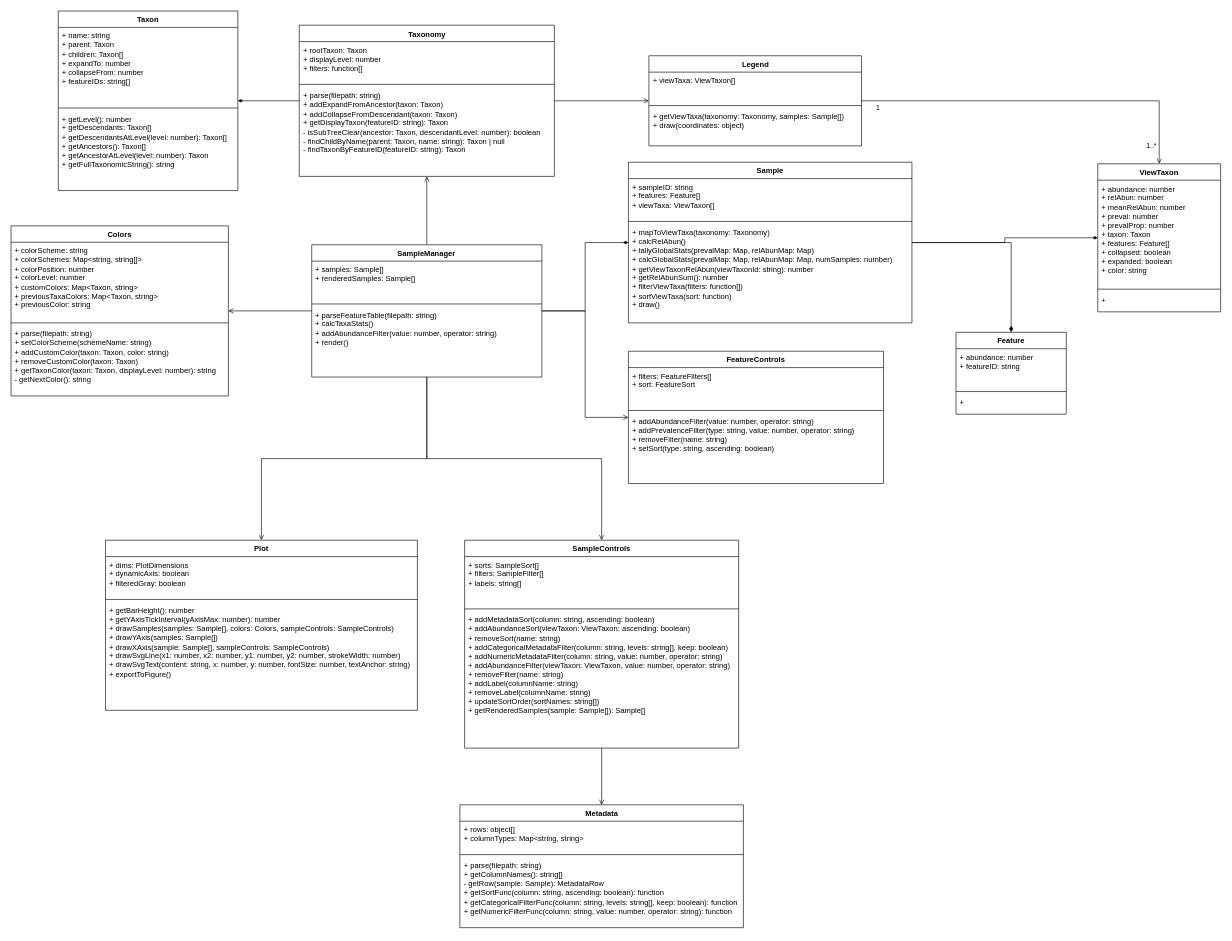
The draw.io diagram docs/TaxaBarplotClasses.drawio in colinvwood/taxa-barplot, before the edit. Source tidied: cells renumbered, new cells numbered last; positions are measured from the earlier drawing's top-left corner, leaving out a move shared by most shapes. Both pictures are drawn from the tidied source at 63%, with x=0, y=0 at pixel (11, 11).
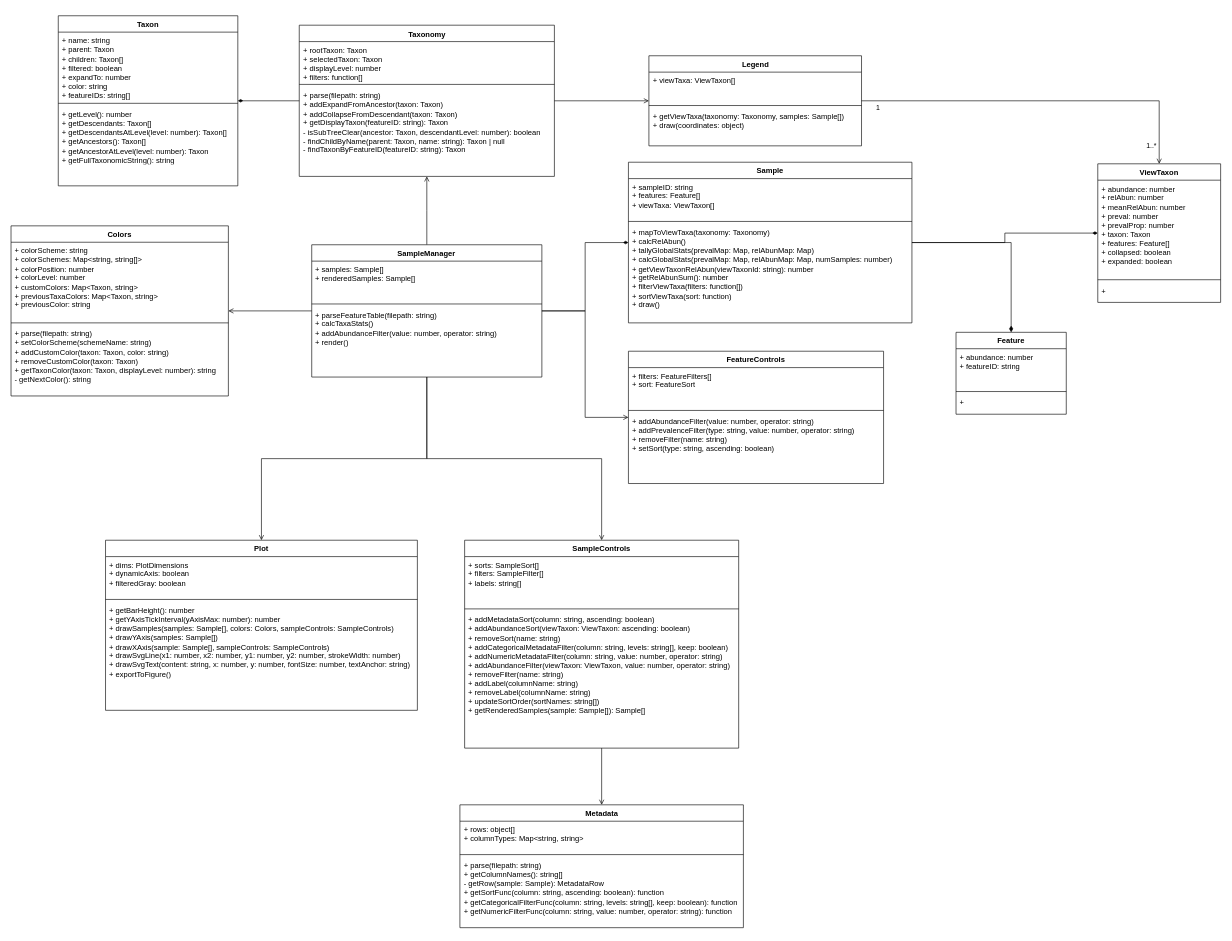
The same page after the edit.

The change refers to these unchanged cells:
```xml
<mxCell id="4" value="Taxonomy" style="swimlane;fontStyle=1;align=center;verticalAlign=top;horizontal=1;startSize=26;whiteSpace=wrap;html=1;" parent="1" vertex="1">
  <mxGeometry x="457.5" y="22.5" width="405" height="240" as="geometry" />
</mxCell>
```

The edit, as a diff of the source:
```diff
@@
-    <mxCell id="5" value="&lt;div&gt;+ rootTaxon: Taxon&lt;/div&gt;+ displayLevel: number&lt;div&gt;+ filters: function[]&lt;/div&gt;" style="text;strokeColor=none;fillColor=none;align=left;verticalAlign=top;spacingLeft=4;spacingRight=4;overflow=hidden;whiteSpace=wrap;html=1;" parent="4" vertex="1">
+    <mxCell id="5" value="&lt;div&gt;+ rootTaxon: Taxon&lt;/div&gt;&lt;div&gt;+ selectedTaxon: Taxon&lt;/div&gt;+ displayLevel: number&lt;div&gt;+ filters: function[]&lt;/div&gt;" style="text;strokeColor=none;fillColor=none;align=left;verticalAlign=top;spacingLeft=4;spacingRight=4;overflow=hidden;whiteSpace=wrap;html=1;" parent="4" vertex="1">
       <mxGeometry y="26" width="405" height="64" as="geometry" />
     </mxCell>
@@
     <mxCell id="28" value="ViewTaxon" style="swimlane;fontStyle=1;align=center;verticalAlign=top;horizontal=1;startSize=26;whiteSpace=wrap;html=1;" parent="1" vertex="1">
-      <mxGeometry x="1725" y="242.5" width="195" height="235" as="geometry" />
+      <mxGeometry x="1725" y="242.5" width="195" height="220" as="geometry" />
     </mxCell>
-    <mxCell id="29" value="&lt;div&gt;+ abundance: number&lt;/div&gt;+ relAbun: number&lt;div&gt;+ meanRelAbun: number&lt;br&gt;&lt;div&gt;+ preval: number&lt;/div&gt;&lt;div&gt;+ prevalProp: number&lt;/div&gt;&lt;div&gt;+ taxon: Taxon&lt;/div&gt;&lt;div&gt;+ features: Feature[]&lt;/div&gt;&lt;div&gt;+ collapsed: boolean&lt;/div&gt;&lt;div&gt;+ expanded: boolean&lt;/div&gt;&lt;div&gt;+ color: string&lt;/div&gt;&lt;/div&gt;" style="text;strokeColor=none;fillColor=none;align=left;verticalAlign=top;spacingLeft=4;spacingRight=4;overflow=hidden;whiteSpace=wrap;html=1;" parent="28" vertex="1">
-      <mxGeometry y="26" width="195" height="169" as="geometry" />
+    <mxCell id="29" value="&lt;div&gt;+ abundance: number&lt;/div&gt;+ relAbun: number&lt;div&gt;+ meanRelAbun: number&lt;br&gt;&lt;div&gt;+ preval: number&lt;/div&gt;&lt;div&gt;+ prevalProp: number&lt;/div&gt;&lt;div&gt;+ taxon: Taxon&lt;/div&gt;&lt;div&gt;+ features: Feature[]&lt;/div&gt;&lt;div&gt;+ collapsed: boolean&lt;/div&gt;&lt;div&gt;+ expanded: boolean&lt;/div&gt;&lt;/div&gt;" style="text;strokeColor=none;fillColor=none;align=left;verticalAlign=top;spacingLeft=4;spacingRight=4;overflow=hidden;whiteSpace=wrap;html=1;" parent="28" vertex="1">
+      <mxGeometry y="26" width="195" height="154" as="geometry" />
     </mxCell>
     <mxCell id="30" style="line;strokeWidth=1;fillColor=none;align=left;verticalAlign=middle;spacingTop=-1;spacingLeft=3;spacingRight=3;labelPosition=right;strokeColor=inherit;" parent="28" vertex="1">
-      <mxGeometry y="195" width="195" height="8" as="geometry" />
+      <mxGeometry y="180" width="195" height="8" as="geometry" />
     </mxCell>
     <mxCell id="31" value="+&amp;nbsp;" style="text;strokeColor=none;fillColor=none;align=left;verticalAlign=top;spacingLeft=4;spacingRight=4;overflow=hidden;whiteSpace=wrap;html=1;" parent="28" vertex="1">
-      <mxGeometry y="203" width="195" height="32" as="geometry" />
+      <mxGeometry y="188" width="195" height="32" as="geometry" />
     </mxCell>
@@
     <mxCell id="47" value="Taxon" style="swimlane;fontStyle=1;align=center;verticalAlign=top;horizontal=1;startSize=26;whiteSpace=wrap;html=1;" parent="1" vertex="1">
-      <mxGeometry x="75" width="285" height="285" as="geometry" />
+      <mxGeometry x="75" y="7.5" width="285" height="270" as="geometry" />
     </mxCell>
-    <mxCell id="48" value="+ name: string&lt;div&gt;+ parent: Taxon&lt;/div&gt;&lt;div&gt;+ children: Taxon[]&lt;/div&gt;&lt;div&gt;+ expandTo: number&lt;/div&gt;&lt;div&gt;+ collapseFrom: number&lt;/div&gt;&lt;div&gt;+ featureIDs: string[]&lt;/div&gt;&lt;div&gt;&lt;br&gt;&lt;/div&gt;" style="text;strokeColor=none;fillColor=none;align=left;verticalAlign=top;spacingLeft=4;spacingRight=4;overflow=hidden;whiteSpace=wrap;html=1;" parent="47" vertex="1">
-      <mxGeometry y="26" width="285" height="124" as="geometry" />
+    <mxCell id="48" value="+ name: string&lt;div&gt;+ parent: Taxon&lt;/div&gt;&lt;div&gt;+ children: Taxon[]&lt;/div&gt;&lt;div&gt;+ filtered: boolean&lt;/div&gt;&lt;div&gt;+ expandTo: number&lt;/div&gt;&lt;div&gt;+ color: string&lt;/div&gt;&lt;div&gt;&lt;span style=&quot;background-color: transparent; color: light-dark(rgb(0, 0, 0), rgb(255, 255, 255));&quot;&gt;+ featureIDs: string[]&lt;/span&gt;&lt;/div&gt;&lt;div&gt;&lt;br&gt;&lt;/div&gt;" style="text;strokeColor=none;fillColor=none;align=left;verticalAlign=top;spacingLeft=4;spacingRight=4;overflow=hidden;whiteSpace=wrap;html=1;" parent="47" vertex="1">
+      <mxGeometry y="26" width="285" height="109" as="geometry" />
     </mxCell>
     <mxCell id="49" style="line;strokeWidth=1;fillColor=none;align=left;verticalAlign=middle;spacingTop=-1;spacingLeft=3;spacingRight=3;labelPosition=right;strokeColor=inherit;" parent="47" vertex="1">
-      <mxGeometry y="150" width="285" height="8" as="geometry" />
+      <mxGeometry y="135" width="285" height="8" as="geometry" />
     </mxCell>
     <mxCell id="50" value="+ getLevel(): number&lt;div&gt;+ getDescendants: Taxon[]&lt;/div&gt;&lt;div&gt;+ getDescendantsAtLevel(level: number): Taxon[]&lt;/div&gt;&lt;div&gt;+ getAncestors(): Taxon[]&lt;/div&gt;&lt;div&gt;+ getAncestorAtLevel(level: number): Taxon&lt;/div&gt;&lt;div&gt;+ getFullTaxonomicString(): string&lt;/div&gt;" style="text;strokeColor=none;fillColor=none;align=left;verticalAlign=top;spacingLeft=4;spacingRight=4;overflow=hidden;whiteSpace=wrap;html=1;" parent="47" vertex="1">
-      <mxGeometry y="158" width="285" height="127" as="geometry" />
+      <mxGeometry y="143" width="285" height="127" as="geometry" />
     </mxCell>
```
